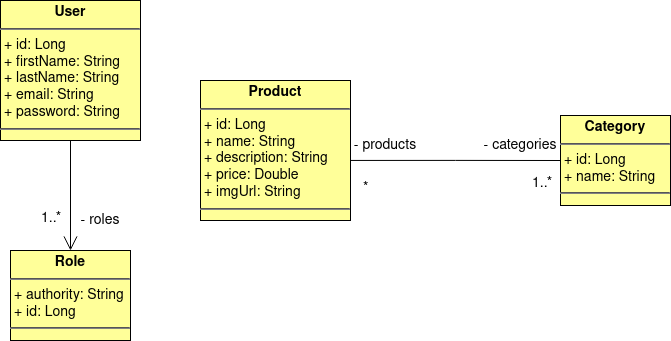
Earlier version of the draw.io export rhvoproducts/modeloconceitual-rhvoproducts.png (renatohvo/assets). Source tidied: cells renumbered, new cells last; positions are measured from the earlier drawing's top-left corner, leaving out a move shared by most shapes.
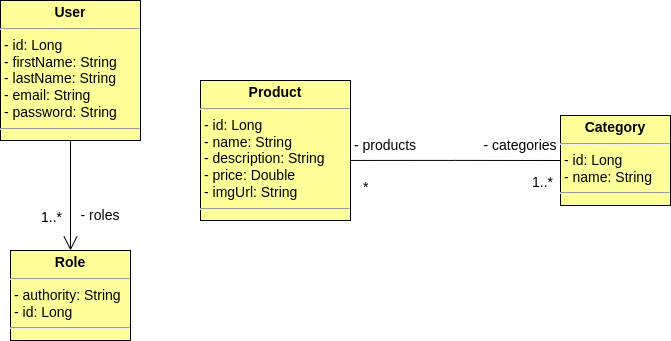
After the change.

Commit message:
Modelo Conceitual RHVOProducts Update

What changed in the source:
```diff
@@ -11,7 +11,7 @@
       </mxGeometry>
     </mxCell>
     <mxCell id="4" value="&lt;div style=&quot;font-size: 14px;&quot;&gt;- roles&lt;/div&gt;" style="text;strokeColor=none;align=center;fillColor=none;html=1;verticalAlign=middle;whiteSpace=wrap;rounded=0;labelBackgroundColor=none;fontFamily=Helvetica;fontSize=14;" parent="1" vertex="1">
-      <mxGeometry x="70" y="210" width="60" height="20" as="geometry" />
+      <mxGeometry x="70" y="205" width="60" height="20" as="geometry" />
     </mxCell>
     <mxCell id="5" style="edgeStyle=orthogonalEdgeStyle;rounded=0;jettySize=auto;html=1;exitX=0.993;exitY=0.571;exitDx=0;exitDy=0;endArrow=none;endFill=0;fillColor=#FFFF99;fontFamily=Helvetica;fontSize=14;exitPerimeter=0;entryX=0;entryY=0.5;entryDx=0;entryDy=0;" parent="1" edge="1" source="12" target="13">
       <mxGeometry relative="1" as="geometry" />
@@ -32,16 +32,16 @@
         <mxPoint y="5" as="offset" />
       </mxGeometry>
     </mxCell>
-    <mxCell id="10" value="&lt;p style=&quot;margin: 4px 0px 0px; text-align: center; font-size: 14px;&quot;&gt;&lt;b style=&quot;font-size: 14px;&quot;&gt;User&lt;/b&gt;&lt;/p&gt;&lt;hr style=&quot;font-size: 14px;&quot;&gt;&lt;p style=&quot;margin: 0px 0px 0px 4px; font-size: 14px;&quot;&gt;+ id: Long&lt;/p&gt;&lt;p style=&quot;margin: 0px 0px 0px 4px; font-size: 14px;&quot;&gt;+ firstName: String&lt;/p&gt;&lt;p style=&quot;margin: 0px 0px 0px 4px; font-size: 14px;&quot;&gt;+ lastName: String&lt;/p&gt;&lt;p style=&quot;margin: 0px 0px 0px 4px; font-size: 14px;&quot;&gt;+ email: String&lt;/p&gt;&lt;p style=&quot;margin: 0px 0px 0px 4px; font-size: 14px;&quot;&gt;+ password: String&lt;/p&gt;&lt;p style=&quot;margin: 0px 0px 0px 4px; font-size: 14px;&quot;&gt;&lt;/p&gt;&lt;p style=&quot;margin: 0px 0px 0px 4px; font-size: 14px;&quot;&gt;&lt;/p&gt;&lt;p style=&quot;margin: 0px 0px 0px 4px; font-size: 14px;&quot;&gt;&lt;/p&gt;&lt;p style=&quot;margin: 0px 0px 0px 4px; font-size: 14px;&quot;&gt;&lt;/p&gt;&lt;hr style=&quot;font-size: 14px;&quot;&gt;" style="verticalAlign=top;align=left;overflow=fill;fontSize=14;fontFamily=Helvetica;html=1;labelBackgroundColor=none;fillColor=#FFFF99;gradientColor=none;" parent="1" vertex="1">
+    <mxCell id="10" value="&lt;p style=&quot;margin: 4px 0px 0px; text-align: center; font-size: 14px;&quot;&gt;&lt;b style=&quot;font-size: 14px;&quot;&gt;User&lt;/b&gt;&lt;/p&gt;&lt;hr style=&quot;font-size: 14px;&quot;&gt;&lt;p style=&quot;margin: 0px 0px 0px 4px; font-size: 14px;&quot;&gt;- id: Long&lt;/p&gt;&lt;p style=&quot;margin: 0px 0px 0px 4px; font-size: 14px;&quot;&gt;- firstName: String&lt;/p&gt;&lt;p style=&quot;margin: 0px 0px 0px 4px; font-size: 14px;&quot;&gt;- lastName: String&lt;/p&gt;&lt;p style=&quot;margin: 0px 0px 0px 4px; font-size: 14px;&quot;&gt;- email: String&lt;/p&gt;&lt;p style=&quot;margin: 0px 0px 0px 4px; font-size: 14px;&quot;&gt;- password: String&lt;/p&gt;&lt;p style=&quot;margin: 0px 0px 0px 4px; font-size: 14px;&quot;&gt;&lt;/p&gt;&lt;p style=&quot;margin: 0px 0px 0px 4px; font-size: 14px;&quot;&gt;&lt;/p&gt;&lt;p style=&quot;margin: 0px 0px 0px 4px; font-size: 14px;&quot;&gt;&lt;/p&gt;&lt;p style=&quot;margin: 0px 0px 0px 4px; font-size: 14px;&quot;&gt;&lt;/p&gt;&lt;hr style=&quot;font-size: 14px;&quot;&gt;" style="verticalAlign=top;align=left;overflow=fill;fontSize=14;fontFamily=Helvetica;html=1;labelBackgroundColor=none;fillColor=#FFFF99;gradientColor=none;" parent="1" vertex="1">
       <mxGeometry width="140" height="140" as="geometry" />
     </mxCell>
-    <mxCell id="11" value="&lt;p style=&quot;margin: 4px 0px 0px; text-align: center; font-size: 14px;&quot;&gt;&lt;b style=&quot;font-size: 14px;&quot;&gt;Role&lt;/b&gt;&lt;/p&gt;&lt;hr style=&quot;font-size: 14px;&quot;&gt;&lt;p style=&quot;margin: 0px 0px 0px 4px; font-size: 14px;&quot;&gt;+ authority: String&lt;/p&gt;&lt;p style=&quot;margin: 0px 0px 0px 4px; font-size: 14px;&quot;&gt;+ id: Long&lt;/p&gt;&lt;p style=&quot;margin: 0px 0px 0px 4px; font-size: 14px;&quot;&gt;&lt;/p&gt;&lt;p style=&quot;margin: 0px 0px 0px 4px; font-size: 14px;&quot;&gt;&lt;/p&gt;&lt;p style=&quot;margin: 0px 0px 0px 4px; font-size: 14px;&quot;&gt;&lt;/p&gt;&lt;p style=&quot;margin: 0px 0px 0px 4px; font-size: 14px;&quot;&gt;&lt;/p&gt;&lt;hr style=&quot;font-size: 14px;&quot;&gt;" style="verticalAlign=top;align=left;overflow=fill;fontSize=14;fontFamily=Helvetica;html=1;labelBackgroundColor=none;fillColor=#FFFF99;gradientColor=none;" parent="1" vertex="1">
+    <mxCell id="11" value="&lt;p style=&quot;margin: 4px 0px 0px; text-align: center; font-size: 14px;&quot;&gt;&lt;b style=&quot;font-size: 14px;&quot;&gt;Role&lt;/b&gt;&lt;/p&gt;&lt;hr style=&quot;font-size: 14px;&quot;&gt;&lt;p style=&quot;margin: 0px 0px 0px 4px; font-size: 14px;&quot;&gt;- authority: String&lt;/p&gt;&lt;p style=&quot;margin: 0px 0px 0px 4px; font-size: 14px;&quot;&gt;- id: Long&lt;/p&gt;&lt;p style=&quot;margin: 0px 0px 0px 4px; font-size: 14px;&quot;&gt;&lt;/p&gt;&lt;p style=&quot;margin: 0px 0px 0px 4px; font-size: 14px;&quot;&gt;&lt;/p&gt;&lt;p style=&quot;margin: 0px 0px 0px 4px; font-size: 14px;&quot;&gt;&lt;/p&gt;&lt;p style=&quot;margin: 0px 0px 0px 4px; font-size: 14px;&quot;&gt;&lt;/p&gt;&lt;hr style=&quot;font-size: 14px;&quot;&gt;" style="verticalAlign=top;align=left;overflow=fill;fontSize=14;fontFamily=Helvetica;html=1;labelBackgroundColor=none;fillColor=#FFFF99;gradientColor=none;" parent="1" vertex="1">
       <mxGeometry x="10" y="250" width="120" height="90" as="geometry" />
     </mxCell>
-    <mxCell id="12" value="&lt;p style=&quot;margin: 4px 0px 0px; text-align: center; font-size: 14px;&quot;&gt;&lt;b style=&quot;font-size: 14px;&quot;&gt;Product&lt;/b&gt;&lt;/p&gt;&lt;hr style=&quot;font-size: 14px;&quot;&gt;&lt;p style=&quot;margin: 0px 0px 0px 4px; font-size: 14px;&quot;&gt;+ id: Long&lt;/p&gt;&lt;p style=&quot;margin: 0px 0px 0px 4px; font-size: 14px;&quot;&gt;+ name: String&lt;/p&gt;&lt;p style=&quot;margin: 0px 0px 0px 4px; font-size: 14px;&quot;&gt;+ description: String&lt;/p&gt;&lt;p style=&quot;margin: 0px 0px 0px 4px; font-size: 14px;&quot;&gt;+ price: Double&lt;/p&gt;&lt;p style=&quot;margin: 0px 0px 0px 4px; font-size: 14px;&quot;&gt;+ imgUrl: String&lt;/p&gt;&lt;p style=&quot;margin: 0px 0px 0px 4px; font-size: 14px;&quot;&gt;&lt;/p&gt;&lt;p style=&quot;margin: 0px 0px 0px 4px; font-size: 14px;&quot;&gt;&lt;/p&gt;&lt;p style=&quot;margin: 0px 0px 0px 4px; font-size: 14px;&quot;&gt;&lt;/p&gt;&lt;p style=&quot;margin: 0px 0px 0px 4px; font-size: 14px;&quot;&gt;&lt;/p&gt;&lt;hr style=&quot;font-size: 14px;&quot;&gt;" style="verticalAlign=top;align=left;overflow=fill;fontSize=14;fontFamily=Helvetica;html=1;labelBackgroundColor=none;fillColor=#FFFF99;gradientColor=none;" parent="1" vertex="1">
+    <mxCell id="12" value="&lt;p style=&quot;margin: 4px 0px 0px; text-align: center; font-size: 14px;&quot;&gt;&lt;b style=&quot;font-size: 14px;&quot;&gt;Product&lt;/b&gt;&lt;/p&gt;&lt;hr style=&quot;font-size: 14px;&quot;&gt;&lt;p style=&quot;margin: 0px 0px 0px 4px; font-size: 14px;&quot;&gt;- id: Long&lt;/p&gt;&lt;p style=&quot;margin: 0px 0px 0px 4px; font-size: 14px;&quot;&gt;- name: String&lt;/p&gt;&lt;p style=&quot;margin: 0px 0px 0px 4px; font-size: 14px;&quot;&gt;- description: String&lt;/p&gt;&lt;p style=&quot;margin: 0px 0px 0px 4px; font-size: 14px;&quot;&gt;- price: Double&lt;/p&gt;&lt;p style=&quot;margin: 0px 0px 0px 4px; font-size: 14px;&quot;&gt;- imgUrl: String&lt;/p&gt;&lt;p style=&quot;margin: 0px 0px 0px 4px; font-size: 14px;&quot;&gt;&lt;/p&gt;&lt;p style=&quot;margin: 0px 0px 0px 4px; font-size: 14px;&quot;&gt;&lt;/p&gt;&lt;p style=&quot;margin: 0px 0px 0px 4px; font-size: 14px;&quot;&gt;&lt;/p&gt;&lt;p style=&quot;margin: 0px 0px 0px 4px; font-size: 14px;&quot;&gt;&lt;/p&gt;&lt;hr style=&quot;font-size: 14px;&quot;&gt;" style="verticalAlign=top;align=left;overflow=fill;fontSize=14;fontFamily=Helvetica;html=1;labelBackgroundColor=none;fillColor=#FFFF99;gradientColor=none;" parent="1" vertex="1">
       <mxGeometry x="200" y="80" width="150" height="140" as="geometry" />
     </mxCell>
-    <mxCell id="13" value="&lt;p style=&quot;margin: 4px 0px 0px; text-align: center; font-size: 14px;&quot;&gt;&lt;b style=&quot;font-size: 14px;&quot;&gt;Category&lt;/b&gt;&lt;/p&gt;&lt;hr style=&quot;font-size: 14px;&quot;&gt;&lt;p style=&quot;margin: 0px 0px 0px 4px; font-size: 14px;&quot;&gt;+ id: Long&lt;/p&gt;&lt;p style=&quot;margin: 0px 0px 0px 4px; font-size: 14px;&quot;&gt;+ name: String&lt;/p&gt;&lt;p style=&quot;margin: 0px 0px 0px 4px; font-size: 14px;&quot;&gt;&lt;/p&gt;&lt;p style=&quot;margin: 0px 0px 0px 4px; font-size: 14px;&quot;&gt;&lt;/p&gt;&lt;p style=&quot;margin: 0px 0px 0px 4px; font-size: 14px;&quot;&gt;&lt;/p&gt;&lt;p style=&quot;margin: 0px 0px 0px 4px; font-size: 14px;&quot;&gt;&lt;/p&gt;&lt;p style=&quot;margin: 0px 0px 0px 4px; font-size: 14px;&quot;&gt;&lt;/p&gt;&lt;hr style=&quot;font-size: 14px;&quot;&gt;" style="verticalAlign=top;align=left;overflow=fill;fontSize=14;fontFamily=Helvetica;html=1;labelBackgroundColor=none;fillColor=#FFFF99;gradientColor=none;" parent="1" vertex="1">
+    <mxCell id="13" value="&lt;p style=&quot;margin: 4px 0px 0px; text-align: center; font-size: 14px;&quot;&gt;&lt;b style=&quot;font-size: 14px;&quot;&gt;Category&lt;/b&gt;&lt;/p&gt;&lt;hr style=&quot;font-size: 14px;&quot;&gt;&lt;p style=&quot;margin: 0px 0px 0px 4px; font-size: 14px;&quot;&gt;- id: Long&lt;/p&gt;&lt;p style=&quot;margin: 0px 0px 0px 4px; font-size: 14px;&quot;&gt;- name: String&lt;/p&gt;&lt;p style=&quot;margin: 0px 0px 0px 4px; font-size: 14px;&quot;&gt;&lt;/p&gt;&lt;p style=&quot;margin: 0px 0px 0px 4px; font-size: 14px;&quot;&gt;&lt;/p&gt;&lt;p style=&quot;margin: 0px 0px 0px 4px; font-size: 14px;&quot;&gt;&lt;/p&gt;&lt;p style=&quot;margin: 0px 0px 0px 4px; font-size: 14px;&quot;&gt;&lt;/p&gt;&lt;p style=&quot;margin: 0px 0px 0px 4px; font-size: 14px;&quot;&gt;&lt;/p&gt;&lt;hr style=&quot;font-size: 14px;&quot;&gt;" style="verticalAlign=top;align=left;overflow=fill;fontSize=14;fontFamily=Helvetica;html=1;labelBackgroundColor=none;fillColor=#FFFF99;gradientColor=none;" parent="1" vertex="1">
       <mxGeometry x="560" y="115" width="110" height="90" as="geometry" />
     </mxCell>
   </root>
```
